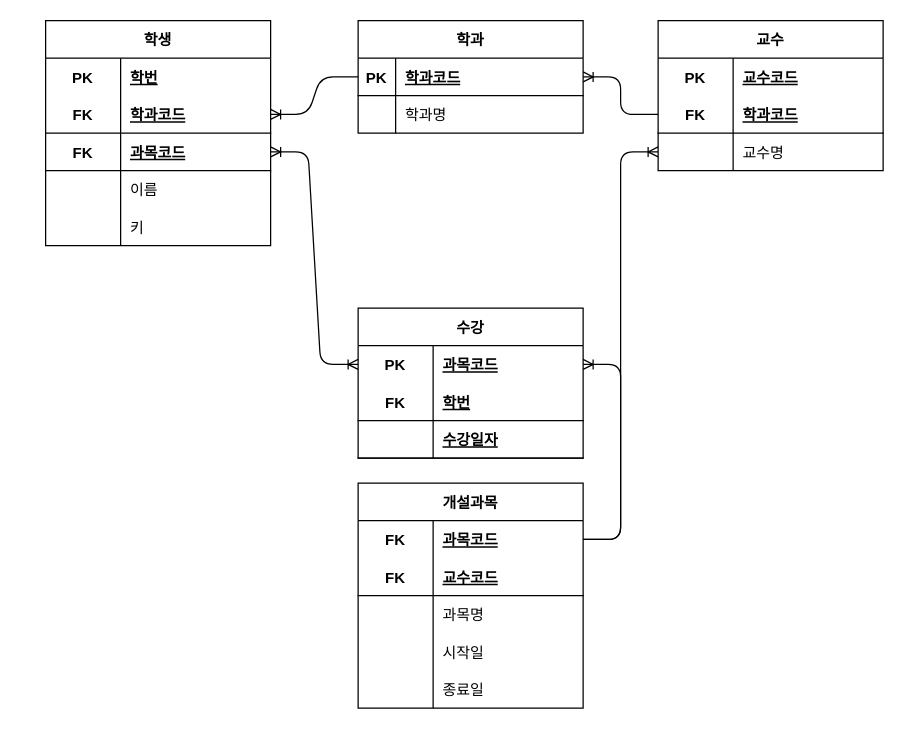
Before: page "Page-2" (2 of 2) of erd/edu.drawio in ChuBeomSik/oraclesource, a draw.io diagram. Source tidied: cells renumbered, new cells numbered last; positions are measured from the earlier drawing's top-left corner, leaving out a move shared by most shapes. Both pictures are drawn from the tidied source at 125%, with x=0, y=0 at pixel (45, 20).
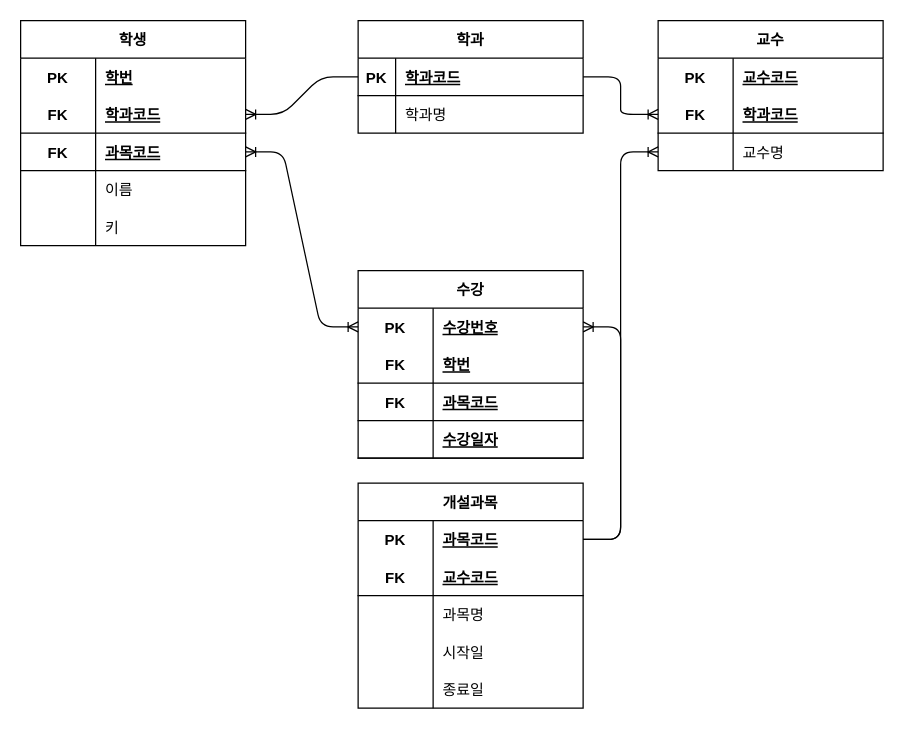
The same diagram, later.

The change refers to these unchanged cells:
```xml
<mxCell id="19" style="shape=tableRow;horizontal=0;startSize=0;swimlaneHead=0;swimlaneBody=0;fillColor=none;points=[[0,0.5],[1,0.5]];portConstraint=eastwest;top=0;left=0;right=0;bottom=1;" parent="18" vertex="1">
  <mxGeometry y="30" width="180" height="30" as="geometry" />
</mxCell>
<mxCell id="29" style="shape=tableRow;horizontal=0;startSize=0;swimlaneHead=0;swimlaneBody=0;fillColor=none;points=[[0,0.5],[1,0.5]];portConstraint=eastwest;top=0;left=0;right=0;bottom=1;" parent="25" vertex="1">
  <mxGeometry y="60" width="180" height="30" as="geometry" />
</mxCell>
<mxCell id="36" style="shape=tableRow;horizontal=0;startSize=0;swimlaneHead=0;swimlaneBody=0;fillColor=none;points=[[0,0.5],[1,0.5]];portConstraint=eastwest;top=0;left=0;right=0;bottom=0;" parent="35" vertex="1">
  <mxGeometry y="30" width="180" height="30" as="geometry" />
</mxCell>
<mxCell id="46" style="shape=tableRow;horizontal=0;startSize=0;swimlaneHead=0;swimlaneBody=0;fillColor=none;points=[[0,0.5],[1,0.5]];portConstraint=eastwest;top=0;left=0;right=0;bottom=0;" parent="45" vertex="1">
  <mxGeometry y="30" width="180" height="30" as="geometry" />
</mxCell>
```

Diff of the diagram source:
```diff
@@
     <mxCell id="2" value="학생" style="shape=table;startSize=30;childLayout=tableLayout;rowLines=0;fontStyle=1;align=center;" parent="1" vertex="1">
-      <mxGeometry width="180" height="180" as="geometry" />
+      <mxGeometry x="-20" width="180" height="180" as="geometry" />
     </mxCell>
@@
     <mxCell id="35" value="수강" style="shape=table;startSize=30;childLayout=tableLayout;rowLines=0;fontStyle=1;align=center;" parent="1" vertex="1">
-      <mxGeometry x="250" y="230" width="180" height="120" as="geometry" />
+      <mxGeometry x="250" y="200" width="180" height="150" as="geometry" />
     </mxCell>
@@
-    <mxCell id="38" value="과목코드" style="shape=partialRectangle;fillColor=none;top=0;left=0;bottom=0;right=0;align=left;spacingLeft=6;fontStyle=5;overflow=hidden;" parent="36" vertex="1">
+    <mxCell id="38" value="수강번호" style="shape=partialRectangle;fillColor=none;top=0;left=0;bottom=0;right=0;align=left;spacingLeft=6;fontStyle=5;overflow=hidden;" parent="36" vertex="1">
       <mxGeometry x="60" width="120" height="30" as="geometry" />
     </mxCell>
@@
+    <mxCell id="66" style="shape=tableRow;horizontal=0;startSize=0;swimlaneHead=0;swimlaneBody=0;fillColor=none;top=0;left=0;right=0;bottom=1;" parent="35" vertex="1">
+      <mxGeometry y="90" width="180" height="30" as="geometry" />
+    </mxCell>
+    <mxCell id="67" value="FK" style="shape=partialRectangle;fillColor=none;top=0;left=0;bottom=0;right=0;fontStyle=1;overflow=hidden;" parent="66" vertex="1">
+      <mxGeometry width="60" height="30" as="geometry" />
+    </mxCell>
+    <mxCell id="68" value="과목코드" style="shape=partialRectangle;fillColor=none;top=0;left=0;bottom=0;right=0;align=left;spacingLeft=6;fontStyle=5;overflow=hidden;" parent="66" vertex="1">
+      <mxGeometry x="60" width="120" height="30" as="geometry" />
+    </mxCell>
     <mxCell id="42" style="shape=tableRow;horizontal=0;startSize=0;swimlaneHead=0;swimlaneBody=0;fillColor=none;top=0;left=0;right=0;bottom=1;" parent="35" vertex="1">
-      <mxGeometry y="90" width="180" height="30" as="geometry" />
+      <mxGeometry y="120" width="180" height="30" as="geometry" />
     </mxCell>
@@
-    <mxCell id="47" value="FK" style="shape=partialRectangle;fillColor=none;top=0;left=0;bottom=0;right=0;fontStyle=1;overflow=hidden;" parent="46" vertex="1">
+    <mxCell id="47" value="PK" style="shape=partialRectangle;fillColor=none;top=0;left=0;bottom=0;right=0;fontStyle=1;overflow=hidden;" parent="46" vertex="1">
       <mxGeometry width="60" height="30" as="geometry" />
     </mxCell>
@@
-    <mxCell id="62" style="edgeStyle=entityRelationEdgeStyle;fontSize=12;html=1;endArrow=ERoneToMany;exitX=0;exitY=0.5;exitDx=0;exitDy=0;entryX=1;entryY=0.5;entryDx=0;entryDy=0;" parent="1" edge="1" source="29" target="19">
+    <mxCell id="62" style="edgeStyle=entityRelationEdgeStyle;fontSize=12;html=1;endArrow=ERoneToMany;exitX=1;exitY=0.5;exitDx=0;exitDy=0;entryX=0;entryY=0.5;entryDx=0;entryDy=0;" parent="1" edge="1" source="19" target="29">
       <mxGeometry relative="1" as="geometry" />
     </mxCell>
```
